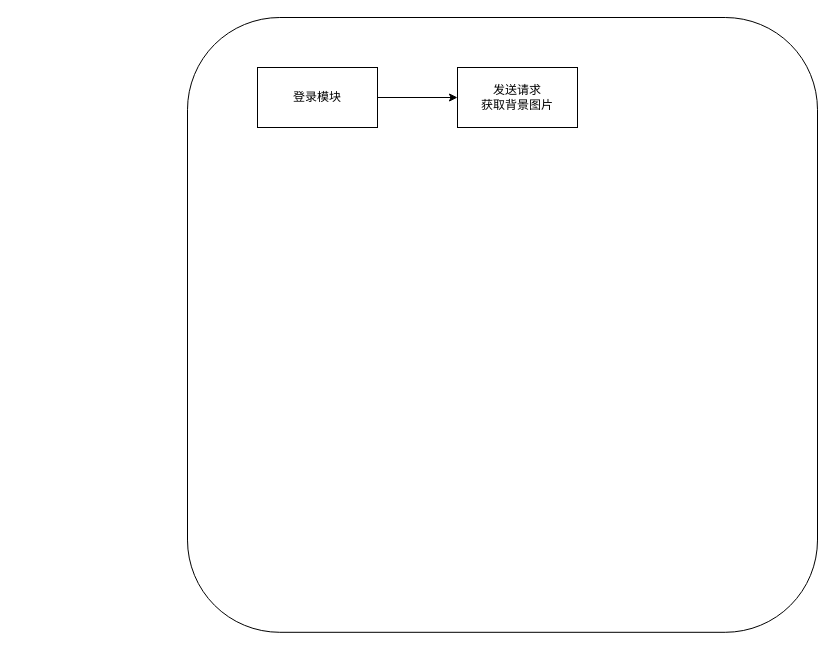
Saiable/drawio keeps this draw.io diagram as page "前端" (5 of 6) of social life internal system.drawio. Above is the earlier version. Source tidied: cells renumbered, new cells numbered last; positions are measured from the earlier drawing's top-left corner, leaving out a move shared by most shapes. Both pictures are drawn from the tidied source at 100%, with x=0, y=0 at pixel (187, 17).
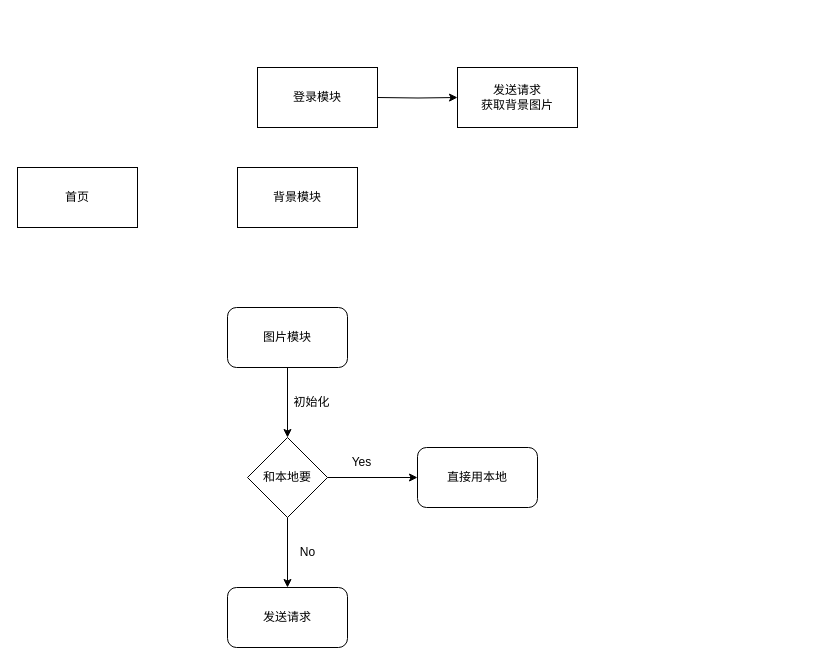
The same page after the edit.

Change to the diagram source:
```diff
@@
 <mxGraphModel>
   <root>
     <mxCell id="0" />
     <mxCell id="1" parent="0" />
-    <mxCell id="2" style="rounded=1;whiteSpace=wrap;html=1;" parent="1" vertex="1">
-      <mxGeometry width="630" height="614.8" as="geometry" />
-    </mxCell>
-    <mxCell id="3" style="edgeStyle=orthogonalEdgeStyle;rounded=0;jettySize=auto;html=1;" parent="1" edge="1" source="4" target="5">
-      <mxGeometry relative="1" as="geometry" />
+    <mxCell id="3" style="edgeStyle=orthogonalEdgeStyle;rounded=0;jettySize=auto;html=1;" parent="1" edge="1" target="5">
+      <mxGeometry relative="1" as="geometry">
+        <mxPoint x="190" y="80" as="sourcePoint" />
+      </mxGeometry>
     </mxCell>
+    <mxCell id="5" value="发送请求&lt;br&gt;获取背景图片" style="whiteSpace=wrap;html=1;rounded=0;" parent="1" vertex="1">
+      <mxGeometry x="270" y="50" width="120" height="60" as="geometry" />
+    </mxCell>
+    <mxCell id="6" value="首页" style="rounded=0;whiteSpace=wrap;html=1;" parent="1" vertex="1">
+      <mxGeometry x="-170" y="150" width="120" height="60" as="geometry" />
+    </mxCell>
     <mxCell id="4" value="登录模块" style="rounded=0;whiteSpace=wrap;html=1;" parent="1" vertex="1">
       <mxGeometry x="70" y="50" width="120" height="60" as="geometry" />
     </mxCell>
-    <mxCell id="5" value="发送请求&lt;br&gt;获取背景图片" style="whiteSpace=wrap;html=1;rounded=0;" parent="1" vertex="1">
-      <mxGeometry x="270" y="50" width="120" height="60" as="geometry" />
-    </mxCell>
+    <mxCell id="7" value="背景模块" style="rounded=0;whiteSpace=wrap;html=1;" parent="1" vertex="1">
+      <mxGeometry x="50" y="150" width="120" height="60" as="geometry" />
+    </mxCell>
+    <mxCell id="8" style="edgeStyle=orthogonalEdgeStyle;rounded=0;jettySize=auto;html=1;entryX=0.5;entryY=0;entryDx=0;entryDy=0;" parent="1" edge="1" source="9" target="15">
+      <mxGeometry relative="1" as="geometry" />
+    </mxCell>
+    <mxCell id="9" value="图片模块" style="rounded=1;whiteSpace=wrap;html=1;" parent="1" vertex="1">
+      <mxGeometry x="40" y="290" width="120" height="60" as="geometry" />
+    </mxCell>
+    <mxCell id="10" value="发送请求" style="whiteSpace=wrap;html=1;rounded=1;" parent="1" vertex="1">
+      <mxGeometry x="40" y="570" width="120" height="60" as="geometry" />
+    </mxCell>
+    <mxCell id="11" value="Yes" style="text;html=1;align=center;verticalAlign=middle;strokeColor=none;fillColor=none;" parent="1" vertex="1">
+      <mxGeometry x="154" y="430" width="40" height="30" as="geometry" />
+    </mxCell>
+    <mxCell id="12" value="直接用本地" style="whiteSpace=wrap;html=1;rounded=1;" parent="1" vertex="1">
+      <mxGeometry x="230" y="430" width="120" height="60" as="geometry" />
+    </mxCell>
+    <mxCell id="13" style="edgeStyle=orthogonalEdgeStyle;rounded=0;jettySize=auto;html=1;entryX=0;entryY=0.5;entryDx=0;entryDy=0;" parent="1" edge="1" source="15" target="12">
+      <mxGeometry relative="1" as="geometry" />
+    </mxCell>
+    <mxCell id="14" style="edgeStyle=orthogonalEdgeStyle;rounded=0;jettySize=auto;html=1;entryX=0.5;entryY=0;entryDx=0;entryDy=0;" parent="1" edge="1" source="15" target="10">
+      <mxGeometry relative="1" as="geometry" />
+    </mxCell>
+    <mxCell id="15" value="和本地要" style="rhombus;whiteSpace=wrap;html=1;" parent="1" vertex="1">
+      <mxGeometry x="60" y="420" width="80" height="80" as="geometry" />
+    </mxCell>
+    <mxCell id="16" value="No" style="text;html=1;align=center;verticalAlign=middle;strokeColor=none;fillColor=none;" parent="1" vertex="1">
+      <mxGeometry x="100" y="520" width="40" height="30" as="geometry" />
+    </mxCell>
+    <mxCell id="17" value="初始化" style="text;html=1;align=center;verticalAlign=middle;strokeColor=none;fillColor=none;" parent="1" vertex="1">
+      <mxGeometry x="94" y="370" width="60" height="30" as="geometry" />
+    </mxCell>
   </root>
 </mxGraphModel>
```
